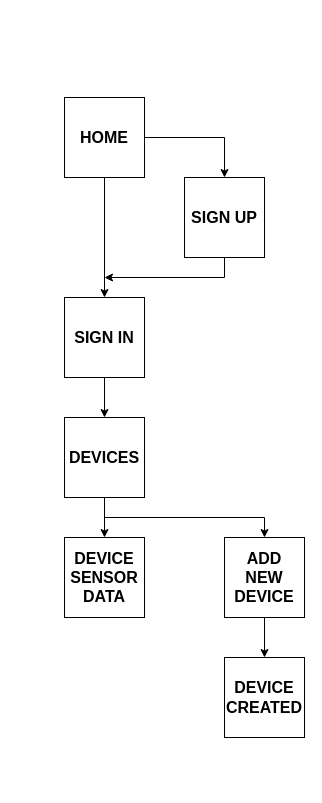
This is Documentation/Diagrams/Website Diagram v2.drawio from MiguelRocha2001/PS-Monitor-IoT-System, a draw.io file, before an edit. Source tidied: cells renumbered, new cells numbered last; positions are measured from the earlier drawing's top-left corner, leaving out a move shared by most shapes. Both pictures are drawn from the tidied source at 100%, with x=0, y=0 at pixel (64, 97).
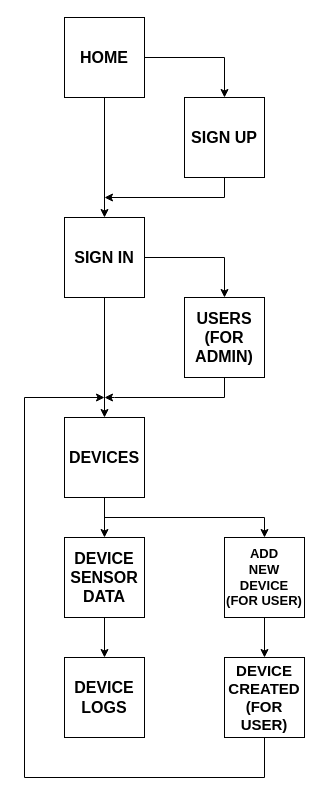
The same diagram, later.

Unchanged cells that the change refers to:
```xml
<mxCell id="12" value="DEVICE&lt;br style=&quot;font-size: 16px;&quot;&gt;SENSOR&lt;br style=&quot;font-size: 16px;&quot;&gt;DATA" style="whiteSpace=wrap;html=1;fontStyle=1;fontSize=16;" parent="1" vertex="1">
  <mxGeometry y="440" width="80" height="80" as="geometry" />
</mxCell>
```

What changed in the source:
```diff
@@
     <mxCell id="4" value="HOME" style="whiteSpace=wrap;html=1;fontStyle=1;fontSize=16;" parent="1" vertex="1">
-      <mxGeometry width="80" height="80" as="geometry" />
+      <mxGeometry y="-80" width="80" height="80" as="geometry" />
     </mxCell>
@@
+    <mxCell id="16" style="edgeStyle=orthogonalEdgeStyle;rounded=0;jettySize=auto;html=1;entryX=0.5;entryY=0;entryDx=0;entryDy=0;exitX=1;exitY=0.5;exitDx=0;exitDy=0;" parent="1" edge="1" source="6" target="21">
+      <mxGeometry relative="1" as="geometry">
+        <Array as="points">
+          <mxPoint x="160" y="160" />
+        </Array>
+      </mxGeometry>
+    </mxCell>
     <mxCell id="6" value="SIGN IN" style="whiteSpace=wrap;html=1;fontStyle=1;fontSize=16;" parent="1" vertex="1">
-      <mxGeometry y="200" width="80" height="80" as="geometry" />
+      <mxGeometry y="120" width="80" height="80" as="geometry" />
     </mxCell>
     <mxCell id="7" style="edgeStyle=orthogonalEdgeStyle;rounded=0;jettySize=auto;html=1;exitX=0.5;exitY=1;exitDx=0;exitDy=0;fontSize=16;" parent="1" edge="1" source="8">
       <mxGeometry relative="1" as="geometry">
-        <mxPoint x="40" y="180" as="targetPoint" />
+        <mxPoint x="40" y="100" as="targetPoint" />
         <Array as="points">
-          <mxPoint x="160" y="180" />
-          <mxPoint x="40" y="180" />
+          <mxPoint x="160" y="100" />
+          <mxPoint x="40" y="100" />
         </Array>
       </mxGeometry>
     </mxCell>
     <mxCell id="8" value="SIGN UP" style="whiteSpace=wrap;html=1;fontStyle=1;fontSize=16;" parent="1" vertex="1">
-      <mxGeometry x="120" y="80" width="80" height="80" as="geometry" />
+      <mxGeometry x="120" width="80" height="80" as="geometry" />
     </mxCell>
@@
+    <mxCell id="17" style="edgeStyle=orthogonalEdgeStyle;rounded=0;jettySize=auto;html=1;" parent="1" edge="1" source="12" target="19">
+      <mxGeometry relative="1" as="geometry" />
+    </mxCell>
@@
-    <mxCell id="14" value="ADD&lt;br style=&quot;font-size: 16px;&quot;&gt;NEW&lt;br style=&quot;font-size: 16px;&quot;&gt;DEVICE" style="whiteSpace=wrap;html=1;fontStyle=1;fontSize=16;" parent="1" vertex="1">
+    <mxCell id="14" value="ADD&lt;br style=&quot;font-size: 13px;&quot;&gt;NEW&lt;br style=&quot;font-size: 13px;&quot;&gt;DEVICE&lt;br style=&quot;font-size: 13px;&quot;&gt;(FOR USER)" style="whiteSpace=wrap;html=1;fontStyle=1;fontSize=13;" parent="1" vertex="1">
       <mxGeometry x="160" y="440" width="80" height="80" as="geometry" />
     </mxCell>
+    <mxCell id="18" style="edgeStyle=orthogonalEdgeStyle;rounded=0;jettySize=auto;html=1;" parent="1" edge="1" source="15">
+      <mxGeometry relative="1" as="geometry">
+        <mxPoint x="40" y="300" as="targetPoint" />
+        <Array as="points">
+          <mxPoint x="200" y="680" />
+          <mxPoint x="-40" y="680" />
+          <mxPoint x="-40" y="300" />
+        </Array>
+      </mxGeometry>
+    </mxCell>
-    <mxCell id="15" value="DEVICE&lt;br style=&quot;font-size: 16px;&quot;&gt;CREATED" style="whiteSpace=wrap;html=1;fontStyle=1;fontSize=16;" parent="1" vertex="1">
+    <mxCell id="15" value="DEVICE&lt;br style=&quot;font-size: 15px;&quot;&gt;CREATED&lt;br style=&quot;font-size: 15px;&quot;&gt;(FOR USER)" style="whiteSpace=wrap;html=1;fontStyle=1;fontSize=15;" parent="1" vertex="1">
       <mxGeometry x="160" y="560" width="80" height="80" as="geometry" />
     </mxCell>
+    <mxCell id="19" value="DEVICE&lt;br&gt;LOGS" style="whiteSpace=wrap;html=1;fontStyle=1;fontSize=16;" parent="1" vertex="1">
+      <mxGeometry y="560" width="80" height="80" as="geometry" />
+    </mxCell>
+    <mxCell id="20" style="edgeStyle=orthogonalEdgeStyle;rounded=0;jettySize=auto;html=1;exitX=0.5;exitY=1;exitDx=0;exitDy=0;" parent="1" edge="1" source="21">
+      <mxGeometry relative="1" as="geometry">
+        <mxPoint x="40" y="300" as="targetPoint" />
+        <Array as="points">
+          <mxPoint x="160" y="300" />
+          <mxPoint x="50" y="300" />
+        </Array>
+      </mxGeometry>
+    </mxCell>
+    <mxCell id="21" value="USERS&lt;br&gt;(FOR ADMIN)" style="whiteSpace=wrap;html=1;fontStyle=1;fontSize=16;" parent="1" vertex="1">
+      <mxGeometry x="120" y="200" width="80" height="80" as="geometry" />
+    </mxCell>
```
